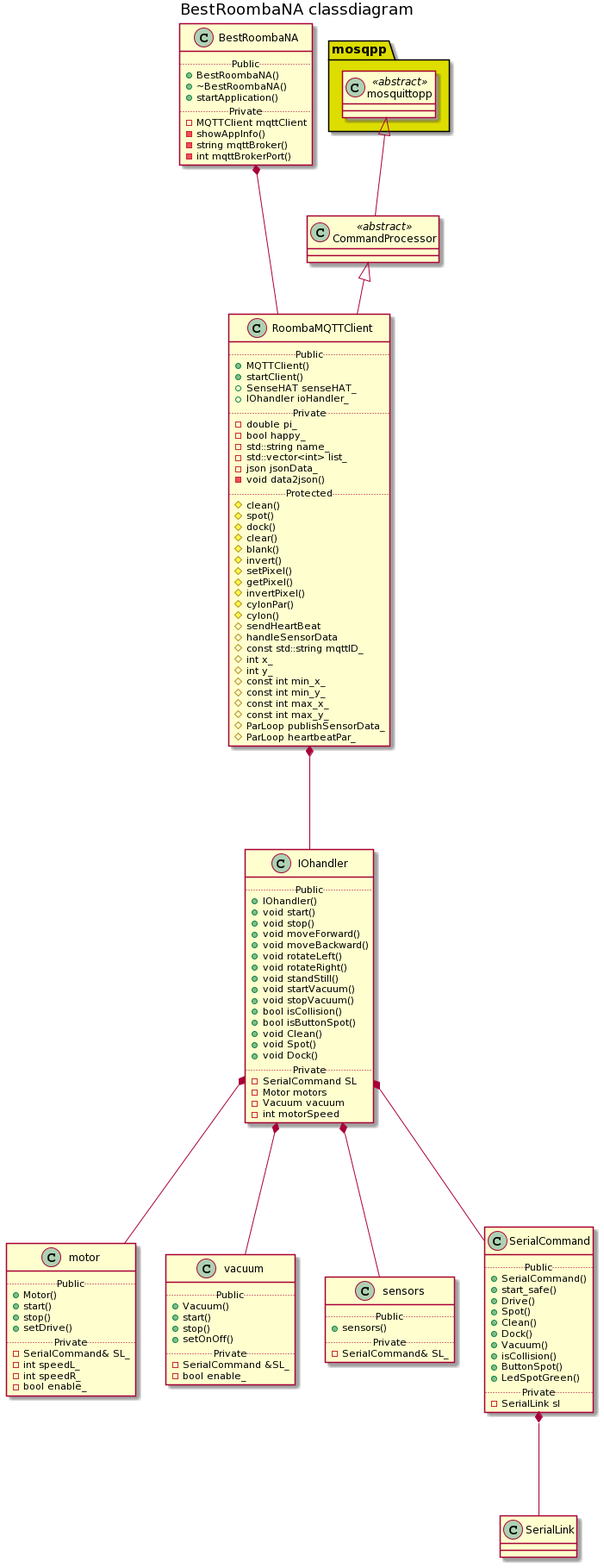
Before: Docs/Doxygen/html/Classes.png, a diagram exported from PlantUML (LucBohmer/Roomba). Source of this version:
```plantuml
@startuml
title BestRoombaNA classdiagram

package "mosqpp" #DDDD00 {
class mosquittopp
}

class BestRoombaNA{
  .. Public ..
    +BestRoombaNA()
    +~BestRoombaNA()
    +startApplication()
  .. Private ..
    -MQTTClient mqttClient
    -showAppInfo()
    -string mqttBroker()
    -int mqttBrokerPort()
}

class RoombaMQTTClient{
  .. Public ..
    +MQTTClient()
    +startClient()
    +SenseHAT senseHAT_
    +IOhandler ioHandler_
  .. Private ..
    -double pi_
    -bool happy_
    -std::string name_
    -std::vector<int> list_
    -json jsonData_
    -void data2json()
  .. Protected ..
    #clean()
    #spot()
    #dock()
    #clear()
    #blank()
    #invert()
    #setPixel()
    #getPixel()
    #invertPixel()
    #cylonPar()
    #cylon()
    #sendHeartBeat
    #handleSensorData
    #const std::string mqttID_
    #int x_
    #int y_
    #const int min_x_
    #const int min_y_
    #const int max_x_
    #const int max_y_
    #ParLoop publishSensorData_
    #ParLoop heartbeatPar_
}

class IOhandler{
  .. Public ..
    +IOhandler()
    +void start()
    +void stop()
    +void moveForward()
    +void moveBackward()
    +void rotateLeft()
    +void rotateRight()
    +void standStill()
    +void startVacuum()
    +void stopVacuum()
    +bool isCollision()
    +bool isButtonSpot()
    +void Clean()
    +void Spot()
    +void Dock()
  .. Private ..
    -SerialCommand SL
    -Motor motors
    -Vacuum vacuum
    -int motorSpeed
}

class motor {
  .. Public ..
    +Motor()
    +start()
    +stop()
    +setDrive()
  .. Private ..
    -SerialCommand& SL_
    -int speedL_
    -int speedR_
    -bool enable_
}

class vacuum{
  .. Public ..
    +Vacuum()
    +start()
    +stop()
    +setOnOff()
  .. Private ..
    -SerialCommand &SL_
    -bool enable_
}

class sensors {
  .. Public ..
    +sensors()
  .. Private ..
    -SerialCommand& SL_
}

class SerialCommand{
  .. Public ..
    +SerialCommand()
    +start_safe()
    +Drive()
    +Spot()
    +Clean()
    +Dock()
    +Vacuum()
    +isCollision()
    +ButtonSpot()
    +LedSpotGreen()
  .. Private ..
    -SerialLink sl
}

class CommandProcessor <<abstract>>{
{abstract}
}

class mosquittopp <<abstract>>{
{abstract}
}

mosquittopp <|-- CommandProcessor
CommandProcessor <|-- RoombaMQTTClient

BestRoombaNA*--- RoombaMQTTClient

RoombaMQTTClient*--- IOhandler

IOhandler*--- vacuum
IOhandler*--- sensors
IOhandler*--- motor
IOhandler*--- SerialCommand

SerialCommand*--- SerialLink
@enduml
```
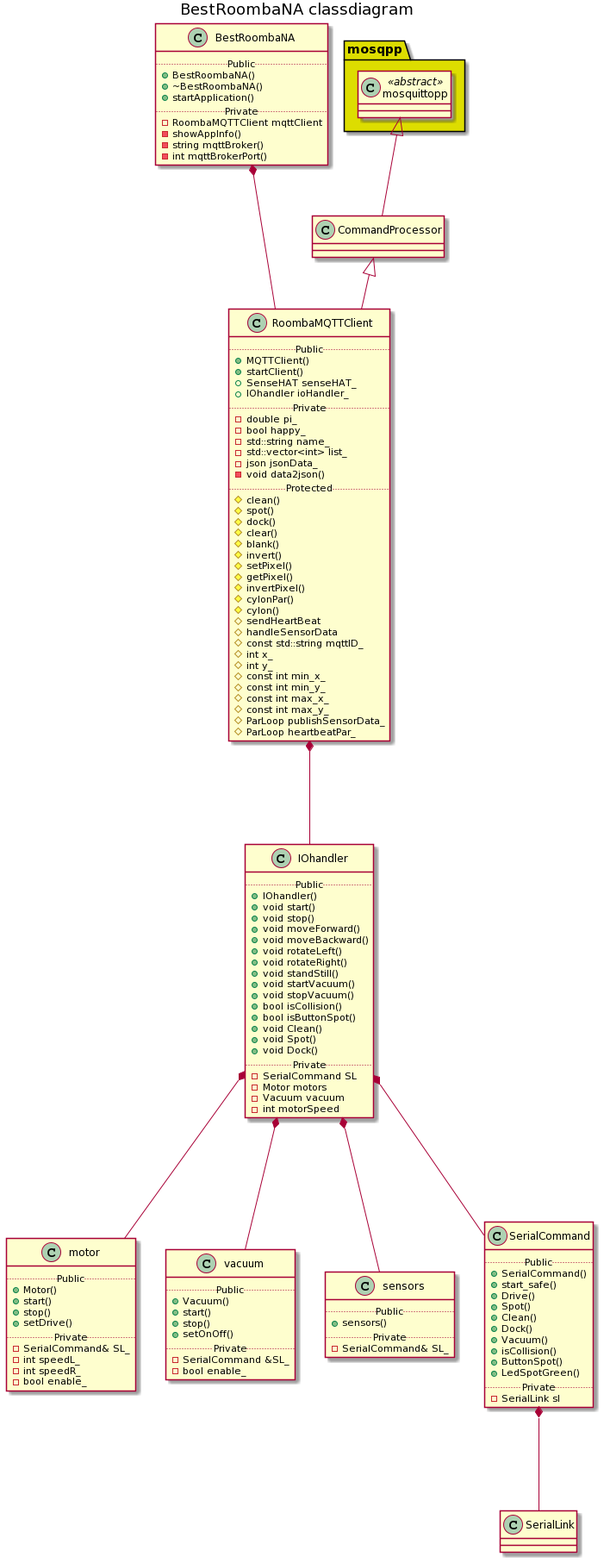
Later version of the same file.

Commit message:
generated doxygen for last commit

What changed in the source:
```diff
@@ -11,7 +11,7 @@
     +~BestRoombaNA()
     +startApplication()
   .. Private ..
-    -MQTTClient mqttClient
+    -RoombaMQTTClient mqttClient
     -showAppInfo()
     -string mqttBroker()
     -int mqttBrokerPort()
@@ -126,8 +126,7 @@
     -SerialLink sl
 }
 
-class CommandProcessor <<abstract>>{
-{abstract}
+class CommandProcessor{
 }
 
 class mosquittopp <<abstract>>{
```
